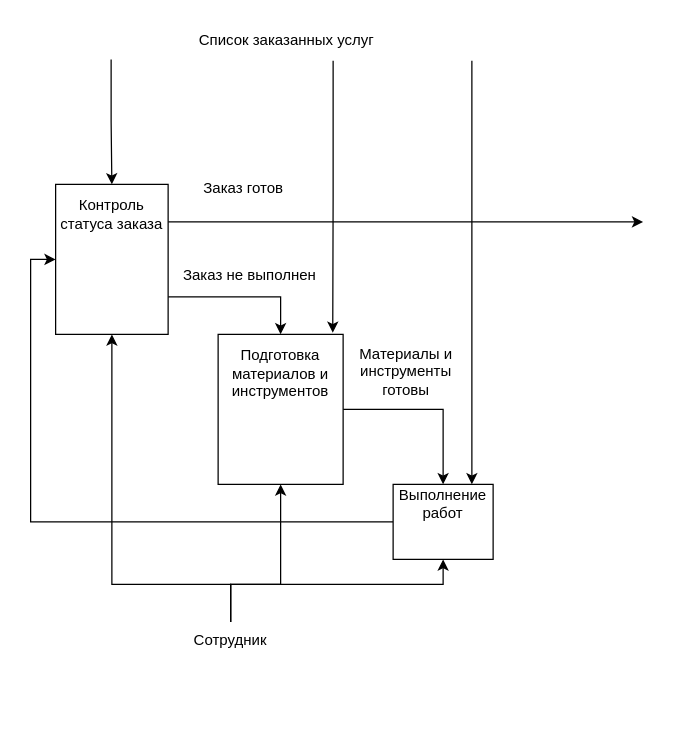
This is A2.drawio from Mejioy/PPO, a draw.io file, before an edit. Source tidied: cells renumbered, new cells numbered last; positions are measured from the earlier drawing's top-left corner, leaving out a move shared by most shapes. Both pictures are drawn from the tidied source at 125%, with x=0, y=0 at pixel (55, 21).
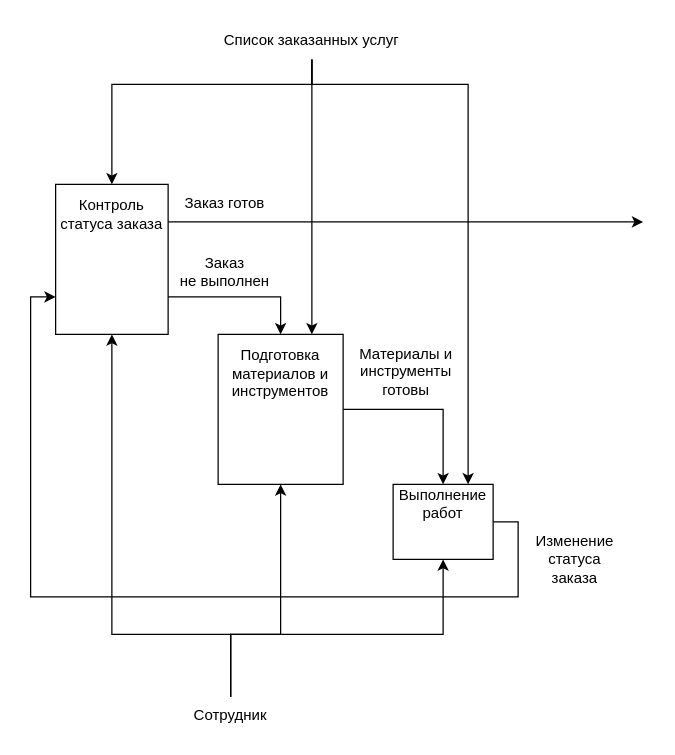
The same page after the edit.

Unchanged cells that the change refers to:
```xml
<mxCell id="4" value="&lt;div style=&quot;&quot;&gt;&lt;span style=&quot;background-color: initial;&quot;&gt;Контроль статуса заказа&lt;/span&gt;&lt;/div&gt;&lt;br&gt;&lt;br&gt;&lt;br&gt;&lt;br&gt;&lt;br&gt;" style="rounded=0;whiteSpace=wrap;html=1;align=center;" parent="1" vertex="1">
  <mxGeometry y="130" width="90" height="120" as="geometry" />
</mxCell>
<mxCell id="6" value="Подготовка материалов и инструментов&lt;br&gt;&lt;br&gt;&lt;br&gt;&lt;br&gt;&lt;br&gt;" style="rounded=0;whiteSpace=wrap;html=1;" parent="1" vertex="1">
  <mxGeometry x="130" y="250" width="100" height="120" as="geometry" />
</mxCell>
<mxCell id="8" value="Выполнение работ&lt;br&gt;&lt;br&gt;&lt;br&gt;" style="rounded=0;whiteSpace=wrap;html=1;" parent="1" vertex="1">
  <mxGeometry x="270" y="370" width="80" height="60" as="geometry" />
</mxCell>
```

Diff of the diagram source:
```diff
@@
-    <mxCell id="7" style="edgeStyle=orthogonalEdgeStyle;rounded=0;jettySize=auto;html=1;exitX=0;exitY=0.5;exitDx=0;exitDy=0;entryX=0;entryY=0.5;entryDx=0;entryDy=0;" parent="1" edge="1" source="8" target="4">
-      <mxGeometry relative="1" as="geometry" />
+    <mxCell id="7" style="edgeStyle=orthogonalEdgeStyle;rounded=0;jettySize=auto;html=1;exitX=1;exitY=0.5;exitDx=0;exitDy=0;entryX=0;entryY=0.75;entryDx=0;entryDy=0;" parent="1" edge="1" source="8" target="4">
+      <mxGeometry relative="1" as="geometry">
+        <Array as="points">
+          <mxPoint x="370" y="400" />
+          <mxPoint x="370" y="460" />
+          <mxPoint x="-20" y="460" />
+          <mxPoint x="-20" y="220" />
+        </Array>
+      </mxGeometry>
     </mxCell>
@@
-    <mxCell id="9" value="Заказ не выполнен" style="text;html=1;align=center;verticalAlign=middle;strokeColor=none;fillColor=none;" parent="1" vertex="1">
-      <mxGeometry x="90" y="188" width="130" height="30" as="geometry" />
+    <mxCell id="9" value="Заказ &lt;br&gt;не выполнен" style="text;html=1;align=center;verticalAlign=middle;strokeColor=none;fillColor=none;" parent="1" vertex="1">
+      <mxGeometry x="90" y="180" width="90" height="40" as="geometry" />
     </mxCell>
     <mxCell id="10" value="Заказ готов" style="text;html=1;align=center;verticalAlign=middle;strokeColor=none;fillColor=none;" parent="1" vertex="1">
-      <mxGeometry x="105" y="118" width="90" height="30" as="geometry" />
+      <mxGeometry x="90" y="130" width="90" height="30" as="geometry" />
     </mxCell>
-    <mxCell id="11" style="edgeStyle=orthogonalEdgeStyle;rounded=0;jettySize=auto;html=1;exitX=0.12;exitY=1;exitDx=0;exitDy=0;exitPerimeter=0;entryX=0.5;entryY=0;entryDx=0;entryDy=0;" parent="1" edge="1" source="13" target="4">
-      <mxGeometry relative="1" as="geometry" />
+    <mxCell id="11" style="edgeStyle=orthogonalEdgeStyle;rounded=0;jettySize=auto;html=1;exitX=0.5;exitY=1;exitDx=0;exitDy=0;entryX=0.5;entryY=0;entryDx=0;entryDy=0;" parent="1" edge="1" source="13" target="4">
+      <mxGeometry relative="1" as="geometry">
+        <Array as="points">
+          <mxPoint x="205" y="50" />
+          <mxPoint x="45" y="50" />
+        </Array>
+      </mxGeometry>
     </mxCell>
-    <mxCell id="12" style="edgeStyle=orthogonalEdgeStyle;rounded=0;jettySize=auto;html=1;exitX=0.9;exitY=1;exitDx=0;exitDy=1;exitPerimeter=0;" parent="1" edge="1" source="13">
-      <mxGeometry relative="1" as="geometry">
-        <mxPoint x="333" y="370" as="targetPoint" />
-      </mxGeometry>
-    </mxCell>
+    <mxCell id="14" style="edgeStyle=orthogonalEdgeStyle;rounded=0;jettySize=auto;html=1;exitX=0.5;exitY=1;exitDx=0;exitDy=0;entryX=0.75;entryY=0;entryDx=0;entryDy=0;" parent="1" edge="1" source="13" target="6">
+      <mxGeometry relative="1" as="geometry" />
+    </mxCell>
+    <mxCell id="20" style="edgeStyle=orthogonalEdgeStyle;rounded=0;jettySize=auto;html=1;exitX=0.5;exitY=1;exitDx=0;exitDy=0;entryX=0.75;entryY=0;entryDx=0;entryDy=0;" parent="1" edge="1" source="13" target="8">
+      <mxGeometry relative="1" as="geometry">
+        <Array as="points">
+          <mxPoint x="205" y="50" />
+          <mxPoint x="330" y="50" />
+        </Array>
+      </mxGeometry>
+    </mxCell>
-    <mxCell id="13" value="Список заказанных услуг" style="text;html=1;strokeColor=none;fillColor=none;align=center;verticalAlign=middle;whiteSpace=wrap;rounded=0;points=[[0,0,0,0,0],[0,0.25,0,0,0],[0,0.5,0,0,0],[0,0.75,0,0,0],[0,1,0,0,0],[0.12,1,0,0,0],[0.25,0,0,0,0],[0.25,1,0,0,0],[0.5,0,0,0,0],[0.55,1,0,0,0],[0.6,1,0,0,1],[0.75,0,0,0,0],[0.85,1,0,0,0],[0.9,1,0,0,1],[1,0,0,0,0],[1,0.25,0,0,0],[1,0.5,0,0,0],[1,0.75,0,0,0],[1,1,0,0,0]];" parent="1" vertex="1">
-      <mxGeometry width="370" height="30" as="geometry" />
+    <mxCell id="13" value="Список заказанных услуг" style="text;html=1;strokeColor=none;fillColor=none;align=center;verticalAlign=middle;whiteSpace=wrap;rounded=0;" parent="1" vertex="1">
+      <mxGeometry x="20" width="370" height="30" as="geometry" />
     </mxCell>
-    <mxCell id="14" style="edgeStyle=orthogonalEdgeStyle;rounded=0;jettySize=auto;html=1;exitX=0.6;exitY=1;exitDx=0;exitDy=1;exitPerimeter=0;entryX=0.917;entryY=-0.011;entryDx=0;entryDy=0;entryPerimeter=0;" parent="1" edge="1" source="13" target="6">
-      <mxGeometry relative="1" as="geometry" />
-    </mxCell>
@@
     <mxCell id="16" style="edgeStyle=orthogonalEdgeStyle;rounded=0;jettySize=auto;html=1;exitX=0.5;exitY=0;exitDx=0;exitDy=0;entryX=0.5;entryY=1;entryDx=0;entryDy=0;" parent="1" edge="1" source="19" target="4">
       <mxGeometry relative="1" as="geometry">
         <Array as="points">
-          <mxPoint x="140" y="450" />
-          <mxPoint x="45" y="450" />
+          <mxPoint x="140" y="490" />
+          <mxPoint x="45" y="490" />
         </Array>
       </mxGeometry>
     </mxCell>
     <mxCell id="17" style="edgeStyle=orthogonalEdgeStyle;rounded=0;jettySize=auto;html=1;exitX=0.5;exitY=0;exitDx=0;exitDy=0;entryX=0.5;entryY=1;entryDx=0;entryDy=0;" parent="1" edge="1" source="19" target="6">
       <mxGeometry relative="1" as="geometry">
         <Array as="points">
-          <mxPoint x="140" y="450" />
-          <mxPoint x="180" y="450" />
+          <mxPoint x="140" y="490" />
+          <mxPoint x="180" y="490" />
         </Array>
       </mxGeometry>
     </mxCell>
     <mxCell id="18" style="edgeStyle=orthogonalEdgeStyle;rounded=0;jettySize=auto;html=1;exitX=0.5;exitY=0;exitDx=0;exitDy=0;entryX=0.5;entryY=1;entryDx=0;entryDy=0;" parent="1" edge="1" source="19" target="8">
       <mxGeometry relative="1" as="geometry">
         <Array as="points">
-          <mxPoint x="140" y="450" />
-          <mxPoint x="310" y="450" />
+          <mxPoint x="140" y="490" />
+          <mxPoint x="310" y="490" />
         </Array>
       </mxGeometry>
     </mxCell>
     <mxCell id="19" value="Сотрудник" style="text;html=1;strokeColor=none;fillColor=none;align=center;verticalAlign=middle;whiteSpace=wrap;rounded=0;" parent="1" vertex="1">
-      <mxGeometry x="110" y="480" width="60" height="30" as="geometry" />
+      <mxGeometry x="110" y="540" width="60" height="30" as="geometry" />
     </mxCell>
+    <mxCell id="21" value="Изменение &lt;br&gt;статуса &lt;br&gt;заказа" style="text;html=1;align=center;verticalAlign=middle;strokeColor=none;fillColor=none;" parent="1" vertex="1">
+      <mxGeometry x="370" y="400" width="90" height="60" as="geometry" />
+    </mxCell>
```
